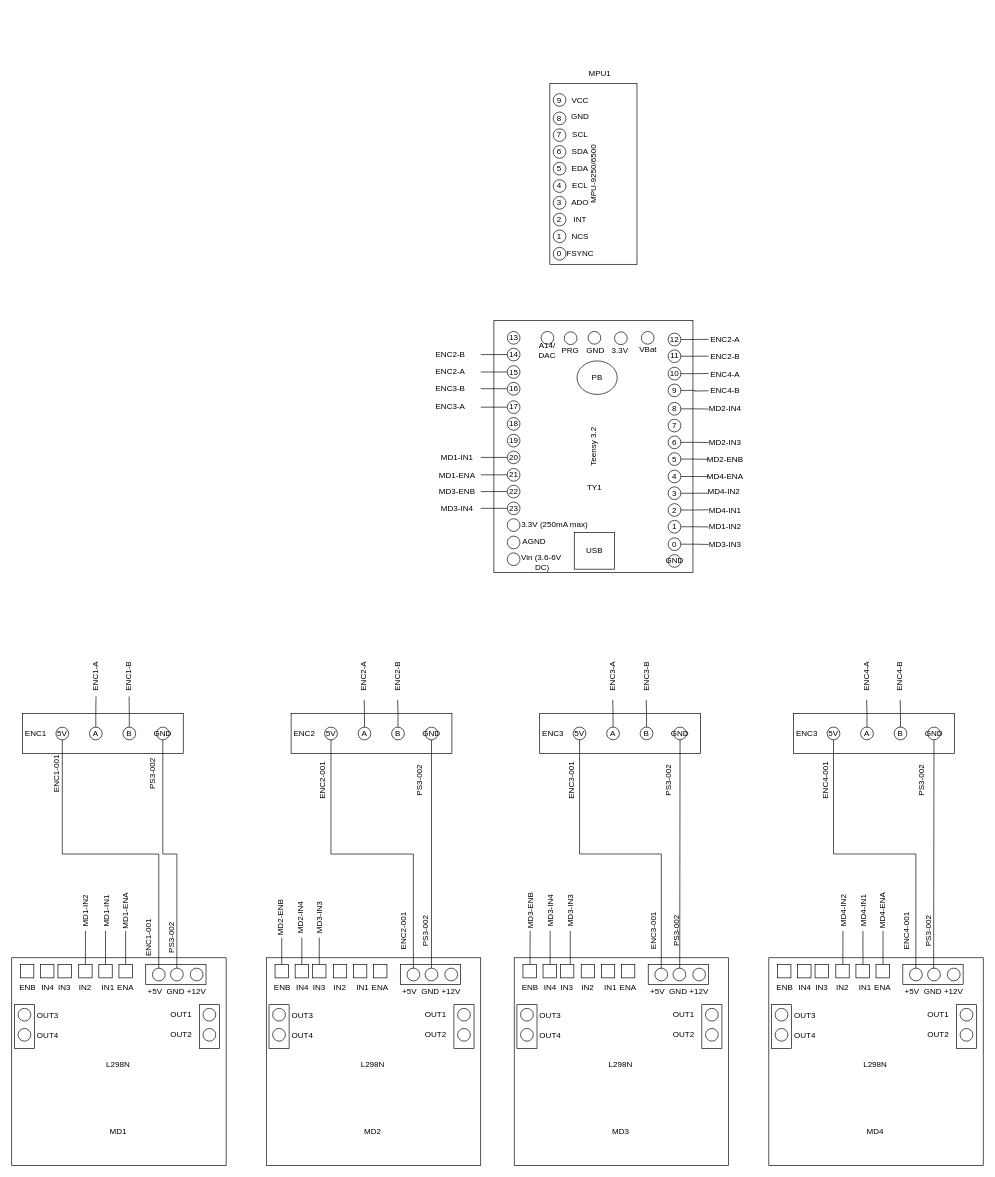
Earlier version of the draw.io diagram page "Micro-controller" (2 of 3) of hello_robot_description/hello_robot_design_diagrams.drawio (mukmalone/hello_robot). Source tidied: cells renumbered, new cells numbered last; positions are measured from the earlier drawing's top-left corner, leaving out a move shared by most shapes. Both pictures are drawn from the tidied source at 67%, with x=0, y=0 at pixel (11, 66).
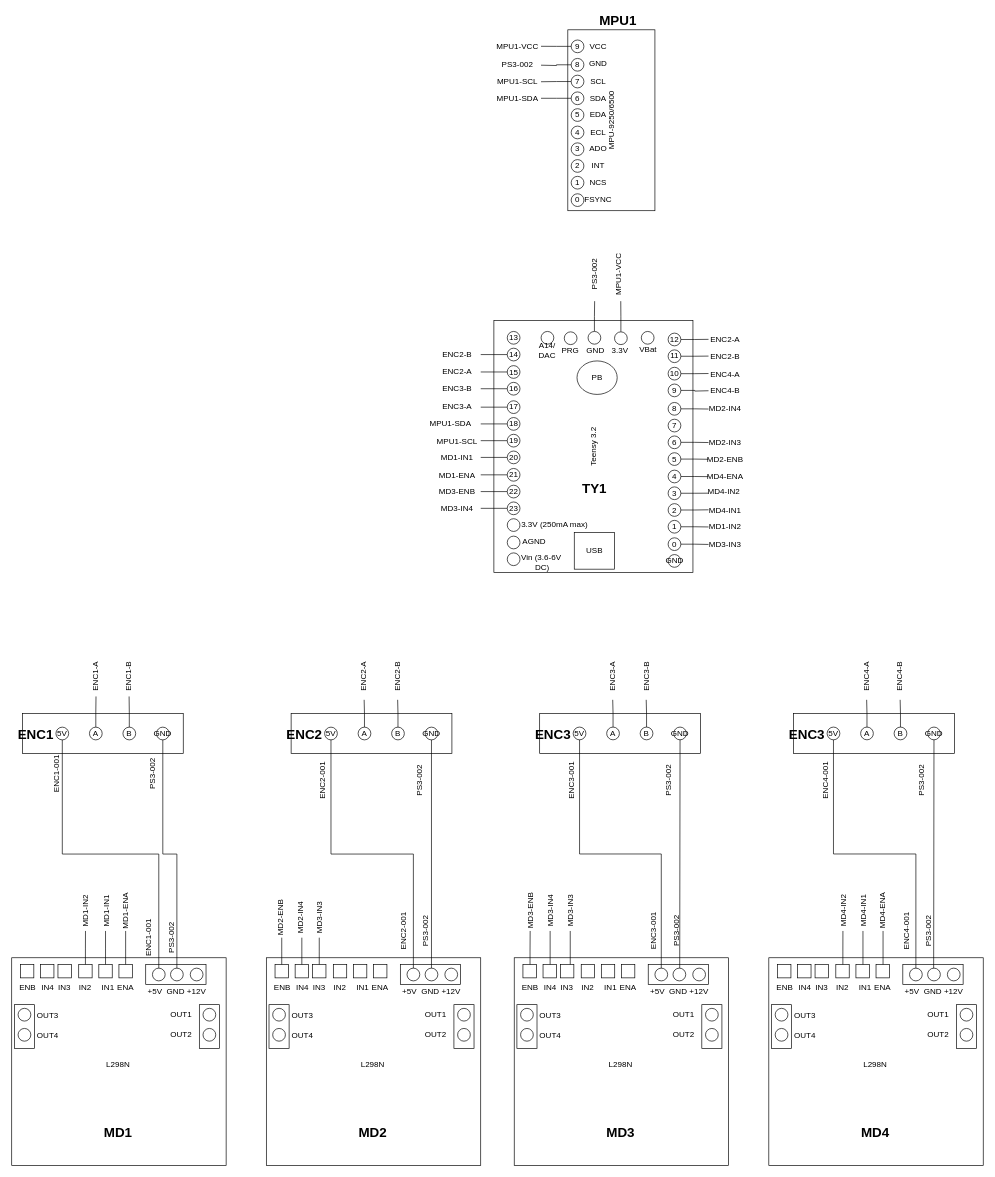
After the change.

The change refers to these unchanged cells:
```xml
<mxCell id="42" value="19" style="ellipse;whiteSpace=wrap;html=1;" parent="1" vertex="1">
  <mxGeometry x="739.6" y="548.7" width="19" height="19" as="geometry" />
</mxCell>
<mxCell id="43" value="18" style="ellipse;whiteSpace=wrap;html=1;" parent="1" vertex="1">
  <mxGeometry x="739.6" y="523.7" width="19" height="19" as="geometry" />
</mxCell>
<mxCell id="57" style="ellipse;whiteSpace=wrap;html=1;" parent="1" vertex="1">
  <mxGeometry x="860.2" y="395.2" width="19" height="19" as="geometry" />
</mxCell>
<mxCell id="58" style="ellipse;whiteSpace=wrap;html=1;" parent="1" vertex="1">
  <mxGeometry x="899.7" y="395.8" width="19" height="19" as="geometry" />
</mxCell>
<mxCell id="75" value="6" style="ellipse;whiteSpace=wrap;html=1;" parent="67" vertex="1">
  <mxGeometry x="5" y="117.7" width="19" height="19" as="geometry" />
</mxCell>
<mxCell id="76" value="7" style="ellipse;whiteSpace=wrap;html=1;" parent="67" vertex="1">
  <mxGeometry x="5" y="92.7" width="19" height="19" as="geometry" />
</mxCell>
<mxCell id="77" value="8" style="ellipse;whiteSpace=wrap;html=1;" parent="67" vertex="1">
  <mxGeometry x="5" y="67.7" width="19" height="19" as="geometry" />
</mxCell>
<mxCell id="78" value="9" style="ellipse;whiteSpace=wrap;html=1;" parent="67" vertex="1">
  <mxGeometry x="5" y="40.2" width="19" height="19" as="geometry" />
</mxCell>
<mxCell id="90" style="group;" parent="1" vertex="1">
  <mxGeometry y="1290" width="320" height="350" as="geometry" />
</mxCell>
<mxCell id="124" style="group;" parent="1" vertex="1">
  <mxGeometry x="380" y="1290" width="320" height="350" as="geometry" />
</mxCell>
<mxCell id="157" style="group;" parent="1" vertex="1">
  <mxGeometry x="750" y="1290" width="320" height="350" as="geometry" />
</mxCell>
<mxCell id="190" style="group;" parent="1" vertex="1">
  <mxGeometry x="1130" y="1290" width="320" height="350" as="geometry" />
</mxCell>
<mxCell id="223" style="group;" parent="1" vertex="1">
  <mxGeometry x="16" y="965.3" width="240" height="60" as="geometry" />
</mxCell>
<mxCell id="276" style="group;" parent="1" vertex="1">
  <mxGeometry x="788" y="965.2" width="240" height="60" as="geometry" />
</mxCell>
<mxCell id="291" style="group;" parent="1" vertex="1">
  <mxGeometry x="1167" y="965.2" width="240" height="60" as="geometry" />
</mxCell>
```

Diff of the diagram source:
```diff
@@
+    <mxCell id="334" style="edgeStyle=orthogonalEdgeStyle;rounded=0;jettySize=auto;html=1;exitX=0;exitY=0.5;exitDx=0;exitDy=0;endArrow=none;endFill=0;" parent="1" edge="1" source="42">
+      <mxGeometry relative="1" as="geometry">
+        <mxPoint x="700" y="558" as="targetPoint" />
+      </mxGeometry>
+    </mxCell>
@@
+    <mxCell id="335" style="edgeStyle=orthogonalEdgeStyle;rounded=0;jettySize=auto;html=1;exitX=0;exitY=0.5;exitDx=0;exitDy=0;endArrow=none;endFill=0;" parent="1" edge="1" source="43">
+      <mxGeometry relative="1" as="geometry">
+        <mxPoint x="700" y="533" as="targetPoint" />
+      </mxGeometry>
+    </mxCell>
@@
+    <mxCell id="336" style="edgeStyle=orthogonalEdgeStyle;rounded=0;jettySize=auto;html=1;exitX=0.5;exitY=0;exitDx=0;exitDy=0;endArrow=none;endFill=0;" parent="1" edge="1" source="57">
+      <mxGeometry relative="1" as="geometry">
+        <mxPoint x="870" y="350" as="targetPoint" />
+      </mxGeometry>
+    </mxCell>
@@
+    <mxCell id="337" style="edgeStyle=orthogonalEdgeStyle;rounded=0;jettySize=auto;html=1;exitX=0.5;exitY=0;exitDx=0;exitDy=0;endArrow=none;endFill=0;" parent="1" edge="1" source="58">
+      <mxGeometry relative="1" as="geometry">
+        <mxPoint x="909" y="350" as="targetPoint" />
+      </mxGeometry>
+    </mxCell>
@@
-    <mxCell id="60" value="TY1" style="text;html=1;strokeColor=none;fillColor=none;align=center;verticalAlign=middle;whiteSpace=wrap;rounded=0;" parent="1" vertex="1">
+    <mxCell id="60" value="TY1" style="text;html=1;strokeColor=none;fillColor=none;align=center;verticalAlign=middle;whiteSpace=wrap;rounded=0;fontSize=20;fontStyle=1;" parent="1" vertex="1">
       <mxGeometry x="849.6" y="618.7" width="40" height="20" as="geometry" />
     </mxCell>
@@
     <mxCell id="67" style="group;" parent="1" vertex="1">
-      <mxGeometry x="803.2" width="130" height="295" as="geometry" />
+      <mxGeometry x="830" y="-80" width="130" height="295" as="geometry" />
     </mxCell>
@@
-    <mxCell id="89" value="MPU1" style="text;html=1;strokeColor=none;fillColor=none;align=center;verticalAlign=middle;whiteSpace=wrap;rounded=0;" parent="67" vertex="1">
+    <mxCell id="89" value="MPU1" style="text;html=1;strokeColor=none;fillColor=none;align=center;verticalAlign=middle;whiteSpace=wrap;rounded=0;fontSize=20;fontStyle=1;" parent="67" vertex="1">
       <mxGeometry x="55" width="40" height="20" as="geometry" />
     </mxCell>
@@
-    <mxCell id="92" value="MD1" style="text;html=1;strokeColor=none;fillColor=none;align=center;verticalAlign=middle;whiteSpace=wrap;rounded=0;" parent="90" vertex="1">
+    <mxCell id="92" value="MD1" style="text;html=1;strokeColor=none;fillColor=none;align=center;verticalAlign=middle;whiteSpace=wrap;rounded=0;fontSize=20;fontStyle=1;" parent="90" vertex="1">
       <mxGeometry x="139" y="290" width="40" height="20" as="geometry" />
     </mxCell>
@@
-    <mxCell id="126" value="MD2" style="text;html=1;strokeColor=none;fillColor=none;align=center;verticalAlign=middle;whiteSpace=wrap;rounded=0;" parent="124" vertex="1">
+    <mxCell id="126" value="&lt;font style=&quot;font-size: 20px&quot;&gt;MD2&lt;/font&gt;" style="text;html=1;strokeColor=none;fillColor=none;align=center;verticalAlign=middle;whiteSpace=wrap;rounded=0;fontStyle=1;" parent="124" vertex="1">
       <mxGeometry x="139" y="290" width="40" height="20" as="geometry" />
     </mxCell>
@@
-    <mxCell id="159" value="MD3" style="text;html=1;strokeColor=none;fillColor=none;align=center;verticalAlign=middle;whiteSpace=wrap;rounded=0;" parent="157" vertex="1">
+    <mxCell id="159" value="MD3" style="text;html=1;strokeColor=none;fillColor=none;align=center;verticalAlign=middle;whiteSpace=wrap;rounded=0;fontSize=20;fontStyle=1;" parent="157" vertex="1">
       <mxGeometry x="139" y="290" width="40" height="20" as="geometry" />
     </mxCell>
@@
-    <mxCell id="192" value="MD4" style="text;html=1;strokeColor=none;fillColor=none;align=center;verticalAlign=middle;whiteSpace=wrap;rounded=0;" parent="190" vertex="1">
+    <mxCell id="192" value="MD4" style="text;html=1;strokeColor=none;fillColor=none;align=center;verticalAlign=middle;whiteSpace=wrap;rounded=0;fontSize=20;fontStyle=1;" parent="190" vertex="1">
       <mxGeometry x="139" y="290" width="40" height="20" as="geometry" />
     </mxCell>
@@
-    <mxCell id="229" value="ENC1" style="text;html=1;strokeColor=none;fillColor=none;align=center;verticalAlign=middle;whiteSpace=wrap;rounded=0;" parent="223" vertex="1">
+    <mxCell id="229" value="ENC1" style="text;html=1;strokeColor=none;fillColor=none;align=center;verticalAlign=middle;whiteSpace=wrap;rounded=0;fontSize=20;fontStyle=1;" parent="223" vertex="1">
       <mxGeometry y="20.5" width="40" height="20" as="geometry" />
     </mxCell>
-    <mxCell id="230" style="group;" parent="1" vertex="1">
+    <mxCell id="230" style="group;fontSize=20;fontStyle=1;" parent="1" vertex="1">
       <mxGeometry x="417" y="965.3" width="240" height="60" as="geometry" />
     </mxCell>
@@
-    <mxCell id="236" value="ENC2" style="text;html=1;strokeColor=none;fillColor=none;align=center;verticalAlign=middle;whiteSpace=wrap;rounded=0;" parent="230" vertex="1">
+    <mxCell id="236" value="ENC2" style="text;html=1;strokeColor=none;fillColor=none;align=center;verticalAlign=middle;whiteSpace=wrap;rounded=0;fontSize=20;fontStyle=1;" parent="230" vertex="1">
       <mxGeometry y="20.5" width="40" height="20" as="geometry" />
     </mxCell>
@@
     <mxCell id="243" value="ENC2-A" style="text;html=1;strokeColor=none;fillColor=none;align=center;verticalAlign=middle;whiteSpace=wrap;rounded=0;rotation=0;" parent="1" vertex="1">
-      <mxGeometry x="620" y="445.2" width="70" height="20" as="geometry" />
+      <mxGeometry x="630" y="445.2" width="70" height="20" as="geometry" />
     </mxCell>
@@
     <mxCell id="245" value="ENC2-B" style="text;html=1;strokeColor=none;fillColor=none;align=center;verticalAlign=middle;whiteSpace=wrap;rounded=0;rotation=0;" parent="1" vertex="1">
-      <mxGeometry x="620" y="420.2" width="70" height="20" as="geometry" />
+      <mxGeometry x="630" y="420.2" width="70" height="20" as="geometry" />
     </mxCell>
@@
-    <mxCell id="282" value="ENC3" style="text;html=1;strokeColor=none;fillColor=none;align=center;verticalAlign=middle;whiteSpace=wrap;rounded=0;" parent="276" vertex="1">
+    <mxCell id="282" value="ENC3" style="text;html=1;strokeColor=none;fillColor=none;align=center;verticalAlign=middle;whiteSpace=wrap;rounded=0;fontSize=20;fontStyle=1;" parent="276" vertex="1">
       <mxGeometry y="20.5" width="40" height="20" as="geometry" />
     </mxCell>
@@
-    <mxCell id="297" value="ENC3" style="text;html=1;strokeColor=none;fillColor=none;align=center;verticalAlign=middle;whiteSpace=wrap;rounded=0;" parent="291" vertex="1">
+    <mxCell id="297" value="ENC3" style="text;html=1;strokeColor=none;fillColor=none;align=center;verticalAlign=middle;whiteSpace=wrap;rounded=0;fontSize=20;fontStyle=1;" parent="291" vertex="1">
       <mxGeometry y="20.5" width="40" height="20" as="geometry" />
     </mxCell>
@@
     <mxCell id="318" value="ENC3-A" style="text;html=1;strokeColor=none;fillColor=none;align=center;verticalAlign=middle;whiteSpace=wrap;rounded=0;rotation=0;" parent="1" vertex="1">
-      <mxGeometry x="620" y="497.8" width="70" height="20" as="geometry" />
+      <mxGeometry x="630" y="497.7" width="70" height="20" as="geometry" />
     </mxCell>
     <mxCell id="319" value="ENC3-B" style="text;html=1;strokeColor=none;fillColor=none;align=center;verticalAlign=middle;whiteSpace=wrap;rounded=0;rotation=0;" parent="1" vertex="1">
-      <mxGeometry x="620" y="471.2" width="70" height="20" as="geometry" />
+      <mxGeometry x="630" y="471.2" width="70" height="20" as="geometry" />
     </mxCell>
@@
+    <mxCell id="338" style="edgeStyle=orthogonalEdgeStyle;rounded=0;jettySize=auto;html=1;exitX=0;exitY=0.5;exitDx=0;exitDy=0;endArrow=none;endFill=0;" parent="1" edge="1" source="78">
+      <mxGeometry relative="1" as="geometry">
+        <mxPoint x="790" y="-30.4" as="targetPoint" />
+      </mxGeometry>
+    </mxCell>
+    <mxCell id="339" style="edgeStyle=orthogonalEdgeStyle;rounded=0;jettySize=auto;html=1;exitX=0;exitY=0.5;exitDx=0;exitDy=0;endArrow=none;endFill=0;" parent="1" edge="1" source="77">
+      <mxGeometry relative="1" as="geometry">
+        <mxPoint x="790" y="-2.2" as="targetPoint" />
+      </mxGeometry>
+    </mxCell>
+    <mxCell id="340" style="edgeStyle=orthogonalEdgeStyle;rounded=0;jettySize=auto;html=1;exitX=0;exitY=0.5;exitDx=0;exitDy=0;endArrow=none;endFill=0;" parent="1" edge="1" source="76">
+      <mxGeometry relative="1" as="geometry">
+        <mxPoint x="790" y="22.5" as="targetPoint" />
+      </mxGeometry>
+    </mxCell>
+    <mxCell id="341" style="edgeStyle=orthogonalEdgeStyle;rounded=0;jettySize=auto;html=1;exitX=0;exitY=0.5;exitDx=0;exitDy=0;endArrow=none;endFill=0;" parent="1" edge="1" source="75">
+      <mxGeometry relative="1" as="geometry">
+        <mxPoint x="790" y="47.2" as="targetPoint" />
+      </mxGeometry>
+    </mxCell>
+    <mxCell id="342" value="MPU1-VCC" style="text;html=1;strokeColor=none;fillColor=none;align=center;verticalAlign=middle;whiteSpace=wrap;rounded=0;rotation=0;" parent="1" vertex="1">
+      <mxGeometry x="720.1" y="-40" width="70" height="20" as="geometry" />
+    </mxCell>
+    <mxCell id="343" value="PS3-002" style="text;html=1;strokeColor=none;fillColor=none;align=center;verticalAlign=middle;whiteSpace=wrap;rounded=0;rotation=0;" parent="1" vertex="1">
+      <mxGeometry x="720.1" y="-13" width="70" height="20" as="geometry" />
+    </mxCell>
+    <mxCell id="344" value="MPU1-SCL" style="text;html=1;strokeColor=none;fillColor=none;align=center;verticalAlign=middle;whiteSpace=wrap;rounded=0;rotation=0;" parent="1" vertex="1">
+      <mxGeometry x="720.1" y="12" width="70" height="20" as="geometry" />
+    </mxCell>
+    <mxCell id="345" value="MPU1-SDA" style="text;html=1;strokeColor=none;fillColor=none;align=center;verticalAlign=middle;whiteSpace=wrap;rounded=0;rotation=0;" parent="1" vertex="1">
+      <mxGeometry x="720.1" y="37" width="70" height="20" as="geometry" />
+    </mxCell>
+    <mxCell id="346" value="MPU1-VCC" style="text;html=1;strokeColor=none;fillColor=none;align=center;verticalAlign=middle;whiteSpace=wrap;rounded=0;rotation=-90;" parent="1" vertex="1">
+      <mxGeometry x="871" y="300" width="70" height="20" as="geometry" />
+    </mxCell>
+    <mxCell id="347" value="PS3-002" style="text;html=1;strokeColor=none;fillColor=none;align=center;verticalAlign=middle;whiteSpace=wrap;rounded=0;rotation=-90;" parent="1" vertex="1">
+      <mxGeometry x="834.7" y="300" width="70" height="20" as="geometry" />
+    </mxCell>
+    <mxCell id="348" value="MPU1-SCL" style="text;html=1;strokeColor=none;fillColor=none;align=center;verticalAlign=middle;whiteSpace=wrap;rounded=0;rotation=0;" parent="1" vertex="1">
+      <mxGeometry x="630" y="548.7" width="70" height="20" as="geometry" />
+    </mxCell>
+    <mxCell id="349" value="MPU1-SDA" style="text;html=1;strokeColor=none;fillColor=none;align=center;verticalAlign=middle;whiteSpace=wrap;rounded=0;rotation=0;" parent="1" vertex="1">
+      <mxGeometry x="620" y="523.2" width="70" height="20" as="geometry" />
+    </mxCell>
```
